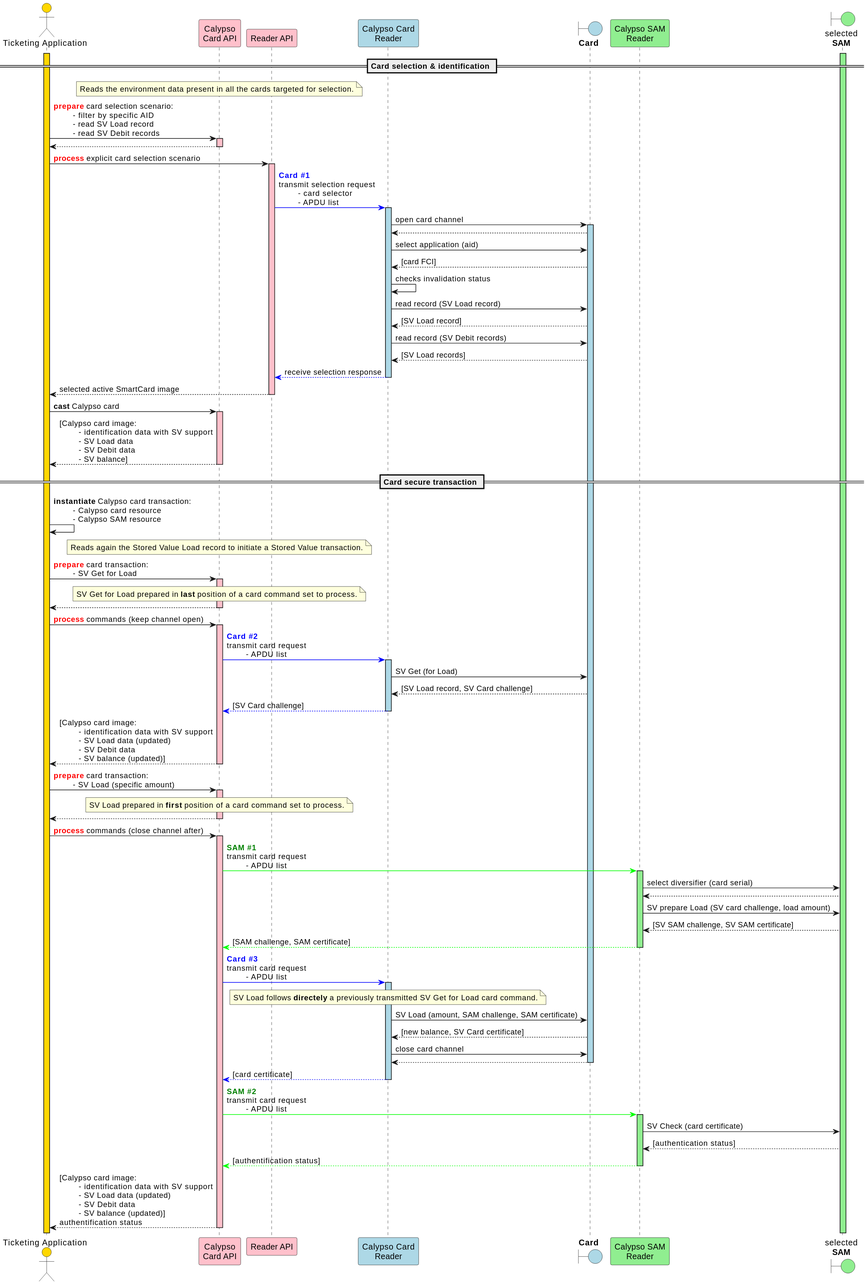
Above: static/media/specifications/calypso_transaction_standalone_SV_operation_sequence_diagram.svg in calypsonet/calypsonet-terminal-api-website (PlantUML), before the change.
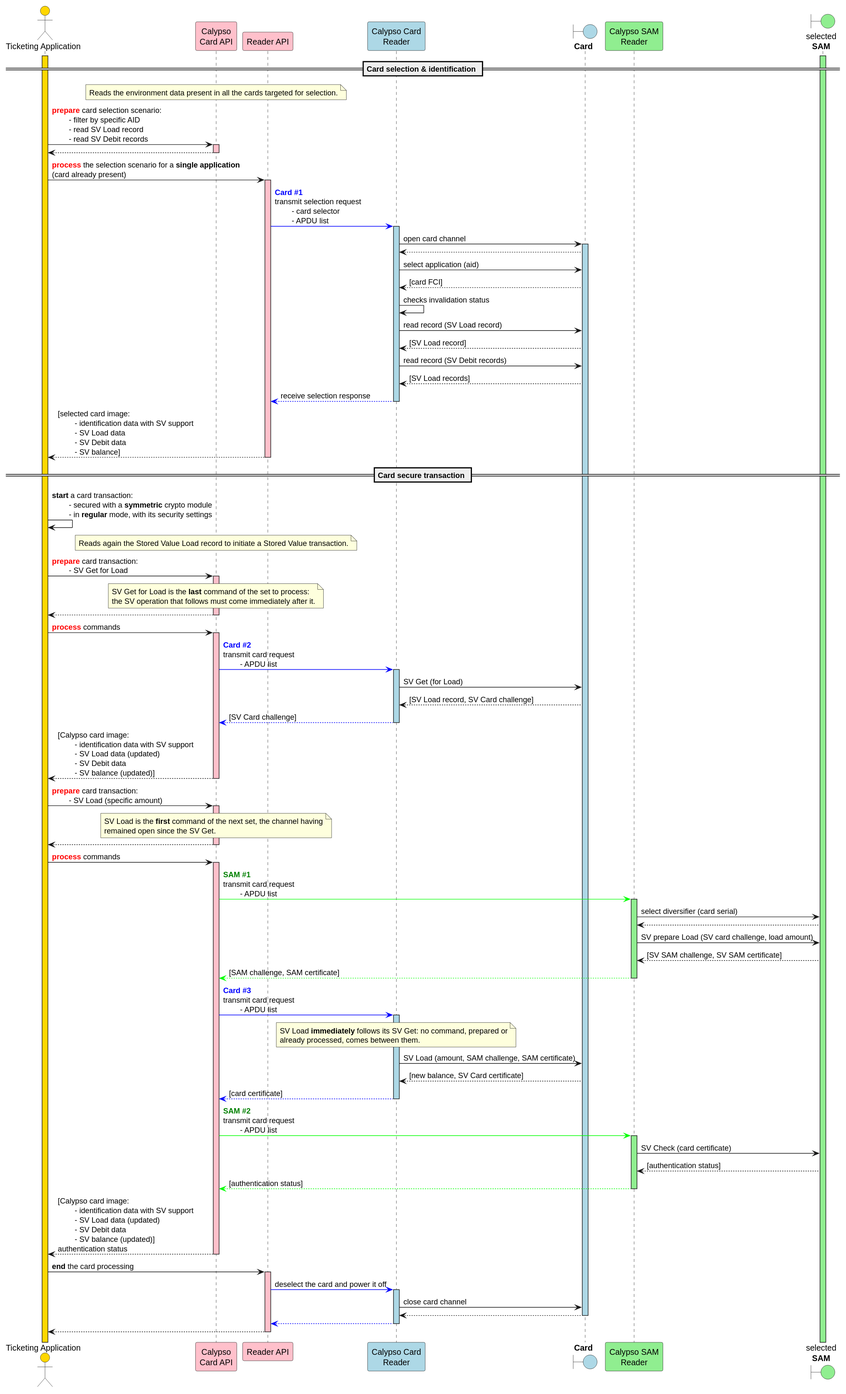
Later version of the same file.

What changed in the source:
```diff
@@ -52,7 +52,7 @@
 capi-->app
 deactivate capi
 
-app->rapi: <font color=red>**process**</font> explicit card selection scenario
+app->rapi: <font color=red>**process**</font> the selection scenario for a **single application**\n(card already present)
 activate rapi  #pink
 rapi-[#0000FF]>cardReader: <font color=blue>**Card #1**</font>\ntransmit selection request\n\t- card selector\n\t- APDU list
 activate cardReader #lightBlue
@@ -72,18 +72,12 @@
 cardReader--[#0000FF]>rapi: receive selection response
 deactivate cardReader
 
-rapi-->app: selected active SmartCard image
+rapi-->app: [selected card image:\n\t- identification data with SV support\n\t- SV Load data\n\t- SV Debit data\n\t- SV balance]
 deactivate rapi
-
-app->capi: **cast** Calypso card
-activate capi  #pink
-capi-->app: [Calypso card image:\n\t- identification data with SV support\n\t- SV Load data\n\t- SV Debit data\n\t- SV balance]
-
-deactivate capi
 
 == Card secure transaction ==
 
-app->app: **instantiate** Calypso card transaction:\n\t- Calypso card resource\n\t- Calypso SAM resource
+app->app: **start** a card transaction:\n\t- secured with a **symmetric** crypto module\n\t- in **regular** mode, with its security settings
 
 note over capi
     Reads again the Stored Value Load record to initiate a Stored Value transaction.
@@ -92,12 +86,13 @@
 app->capi: <font color=red>**prepare**</font> card transaction:\n\t- SV Get for Load
 activate capi  #pink
 note over capi
-    SV Get for Load prepared in **last** position of a card command set to process.
+    SV Get for Load is the **last** command of the set to process:
+    the SV operation that follows must come immediately after it.
 end note
 capi-->app
 deactivate capi
 
-app->capi: <font color=red>**process**</font> commands (keep channel open)
+app->capi: <font color=red>**process**</font> commands
 activate capi  #pink
 
 capi-[#0000FF]>cardReader: <font color=blue>**Card #2**</font>\ntransmit card request\n\t- APDU list
@@ -115,12 +110,13 @@
 app->capi: <font color=red>**prepare**</font> card transaction:\n\t- SV Load (specific amount)
 activate capi  #pink
 note over capi
-    SV Load prepared in **first** position of a card command set to process.
+    SV Load is the **first** command of the next set, the channel having
+    remained open since the SV Get.
 end note
 capi-->app
 deactivate capi
 
-app->capi: <font color=red>**process**</font> commands (close channel after)
+app->capi: <font color=red>**process**</font> commands
 activate capi  #pink
 
 capi-[#00FF00]>samReader: <font color=green>**SAM #1**</font>\ntransmit card request\n\t- APDU list
@@ -138,14 +134,12 @@
 activate cardReader #lightBlue
 
 note over cardReader
-    SV Load follows **directely** a previously transmitted SV Get for Load card command.
+    SV Load **immediately** follows its SV Get: no command, prepared or
+    already processed, comes between them.
 end note
     cardReader->card: SV Load (amount, SAM challenge, SAM certificate)
     card-->cardReader: [new balance, SV Card certificate]
 
-cardReader->card: close card channel
-card-->cardReader
-deactivate card
 
 cardReader-[#0000FF]->capi: [card certificate]
 deactivate cardReader
@@ -155,9 +149,21 @@
 samReader->sam: SV Check (card certificate)
 sam-->samReader: [authentication status]
 
-samReader-[#00FF00]->capi: [authentification status]
+samReader-[#00FF00]->capi: [authentication status]
 deactivate samReader
 
-capi-->app: [Calypso card image:\n\t- identification data with SV support\n\t- SV Load data (updated)\n\t- SV Debit data\n\t- SV balance (updated)]\nauthentification status
+capi-->app: [Calypso card image:\n\t- identification data with SV support\n\t- SV Load data (updated)\n\t- SV Debit data\n\t- SV balance (updated)]\nauthentication status
 deactivate capi
+
+app->rapi: **end** the card processing
+activate rapi  #pink
+rapi-[#0000FF]>cardReader: deselect the card and power it off
+activate cardReader #lightBlue
+cardReader->card: close card channel
+card-->cardReader
+deactivate card
+cardReader--[#0000FF]>rapi
+deactivate cardReader
+rapi-->app
+deactivate rapi
 @enduml
```
